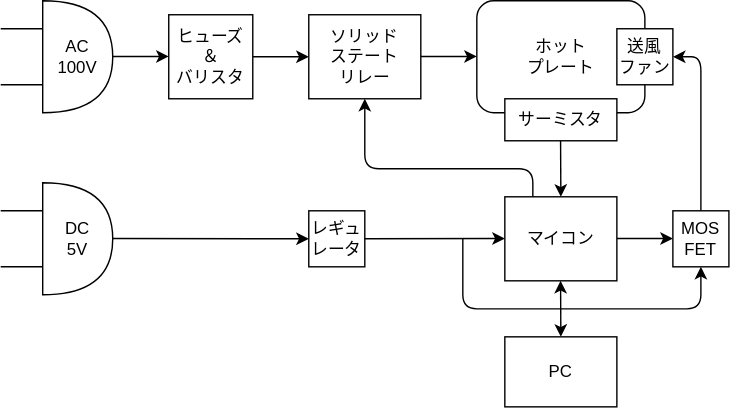
Above: Lab/Electronics/HotplateReflow/img/about.dio.svg in amane-uehara/kanade-k-1228.github.io (draw.io), before the change. Source tidied: cells renumbered, new cells last; positions are measured from the earlier drawing's top-left corner, leaving out a move shared by most shapes.
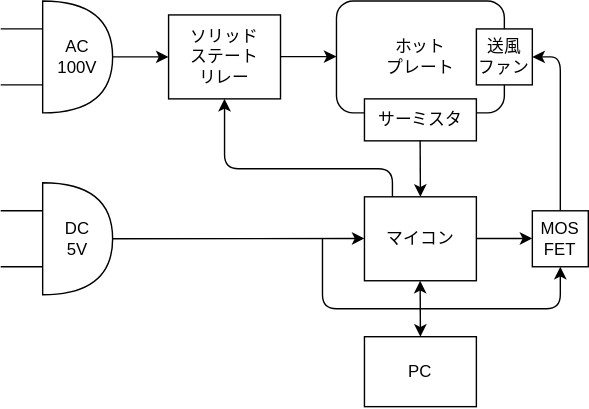
After the change.

The edit, as a diff of the source:
```diff
@@ -4,22 +4,19 @@
     <mxCell id="1" parent="0" />
     <mxCell id="2" style="endArrow=none;html=1;" parent="1" edge="1">
       <mxGeometry relative="1" as="geometry">
-        <mxPoint y="20" as="sourcePoint" />
-        <mxPoint x="30" y="20" as="targetPoint" />
+        <mxPoint x="100" y="20" as="sourcePoint" />
+        <mxPoint x="130" y="20" as="targetPoint" />
       </mxGeometry>
     </mxCell>
     <mxCell id="3" value="AC&lt;br&gt;100V" style="shape=or;whiteSpace=wrap;html=1;" parent="1" vertex="1">
-      <mxGeometry x="30" width="50" height="80" as="geometry" />
+      <mxGeometry x="130" width="50" height="80" as="geometry" />
     </mxCell>
     <mxCell id="4" style="endArrow=none;html=1;" parent="1" edge="1">
       <mxGeometry relative="1" as="geometry">
-        <mxPoint y="60" as="sourcePoint" />
-        <mxPoint x="30" y="60" as="targetPoint" />
+        <mxPoint x="100" y="60" as="sourcePoint" />
+        <mxPoint x="130" y="60" as="targetPoint" />
       </mxGeometry>
     </mxCell>
-    <mxCell id="5" value="レギュ&lt;br&gt;レータ" style="rounded=0;whiteSpace=wrap;html=1;" parent="1" vertex="1">
-      <mxGeometry x="220" y="150" width="40" height="40" as="geometry" />
-    </mxCell>
     <mxCell id="6" value="ホット&lt;br&gt;プレート" style="rounded=1;whiteSpace=wrap;html=1;" parent="1" vertex="1">
       <mxGeometry x="340" width="120" height="80" as="geometry" />
     </mxCell>
@@ -52,7 +49,7 @@
     </mxCell>
     <mxCell id="14" style="endArrow=classic;html=1;" parent="1" edge="1">
       <mxGeometry relative="1" as="geometry">
-        <mxPoint x="260" y="170" as="sourcePoint" />
+        <mxPoint x="180" y="170" as="sourcePoint" />
         <mxPoint x="360" y="169.8" as="targetPoint" />
       </mxGeometry>
     </mxCell>
@@ -87,15 +84,6 @@
         <mxPoint x="480" y="169.8" as="targetPoint" />
       </mxGeometry>
     </mxCell>
-    <mxCell id="19" value="ヒューズ&lt;br&gt;＆&lt;br&gt;バリスタ" style="rounded=0;whiteSpace=wrap;html=1;" parent="1" vertex="1">
-      <mxGeometry x="120" y="10" width="60" height="60" as="geometry" />
-    </mxCell>
-    <mxCell id="20" style="endArrow=classic;html=1;" parent="1" edge="1">
-      <mxGeometry relative="1" as="geometry">
-        <mxPoint x="80" y="39.8" as="sourcePoint" />
-        <mxPoint x="120" y="39.8" as="targetPoint" />
-      </mxGeometry>
-    </mxCell>
     <mxCell id="21" style="endArrow=classic;startArrow=classic;html=1;" parent="1" edge="1">
       <mxGeometry relative="1" as="geometry">
         <mxPoint x="400" y="240" as="sourcePoint" />
@@ -117,24 +105,18 @@
     </mxCell>
     <mxCell id="24" style="endArrow=none;html=1;" parent="1" edge="1">
       <mxGeometry relative="1" as="geometry">
-        <mxPoint y="150" as="sourcePoint" />
-        <mxPoint x="30" y="150" as="targetPoint" />
+        <mxPoint x="100" y="150" as="sourcePoint" />
+        <mxPoint x="130" y="150" as="targetPoint" />
       </mxGeometry>
     </mxCell>
     <mxCell id="25" value="DC&lt;br&gt;5V" style="shape=or;whiteSpace=wrap;html=1;" parent="1" vertex="1">
-      <mxGeometry x="30" y="130" width="50" height="80" as="geometry" />
+      <mxGeometry x="130" y="130" width="50" height="80" as="geometry" />
     </mxCell>
     <mxCell id="26" style="endArrow=none;html=1;" parent="1" edge="1">
       <mxGeometry relative="1" as="geometry">
-        <mxPoint y="190" as="sourcePoint" />
-        <mxPoint x="30" y="190" as="targetPoint" />
+        <mxPoint x="100" y="190" as="sourcePoint" />
+        <mxPoint x="130" y="190" as="targetPoint" />
       </mxGeometry>
     </mxCell>
-    <mxCell id="27" style="endArrow=classic;html=1;" parent="1" edge="1">
-      <mxGeometry relative="1" as="geometry">
-        <mxPoint x="80" y="169.8" as="sourcePoint" />
-        <mxPoint x="220" y="170" as="targetPoint" />
-      </mxGeometry>
-    </mxCell>
   </root>
 </mxGraphModel>
```
